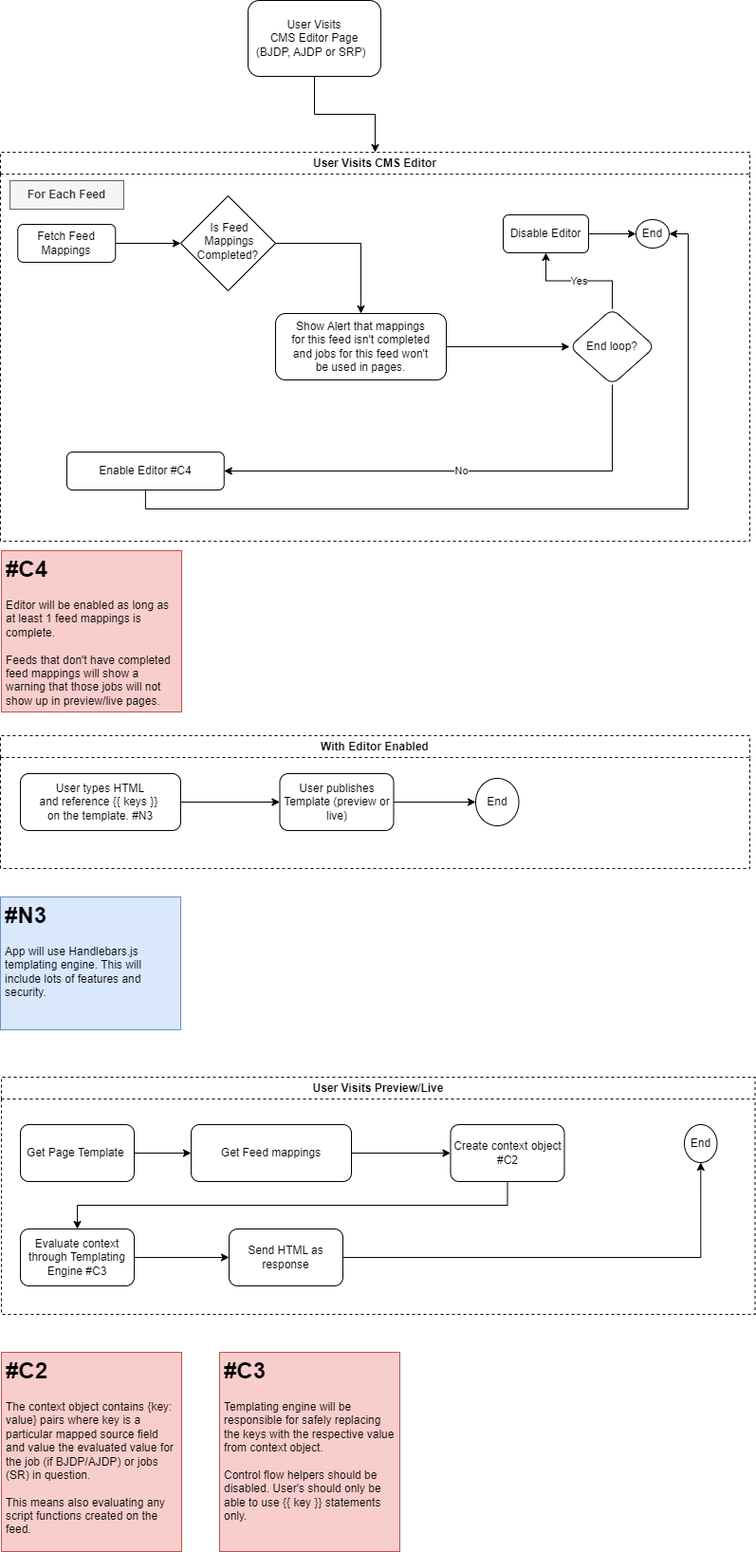
Before: Edit Template Process.png, a diagram exported from draw.io (j-000/drawio). Source tidied: cells renumbered, new cells last; positions are measured from the earlier drawing's top-left corner, leaving out a move shared by most shapes.
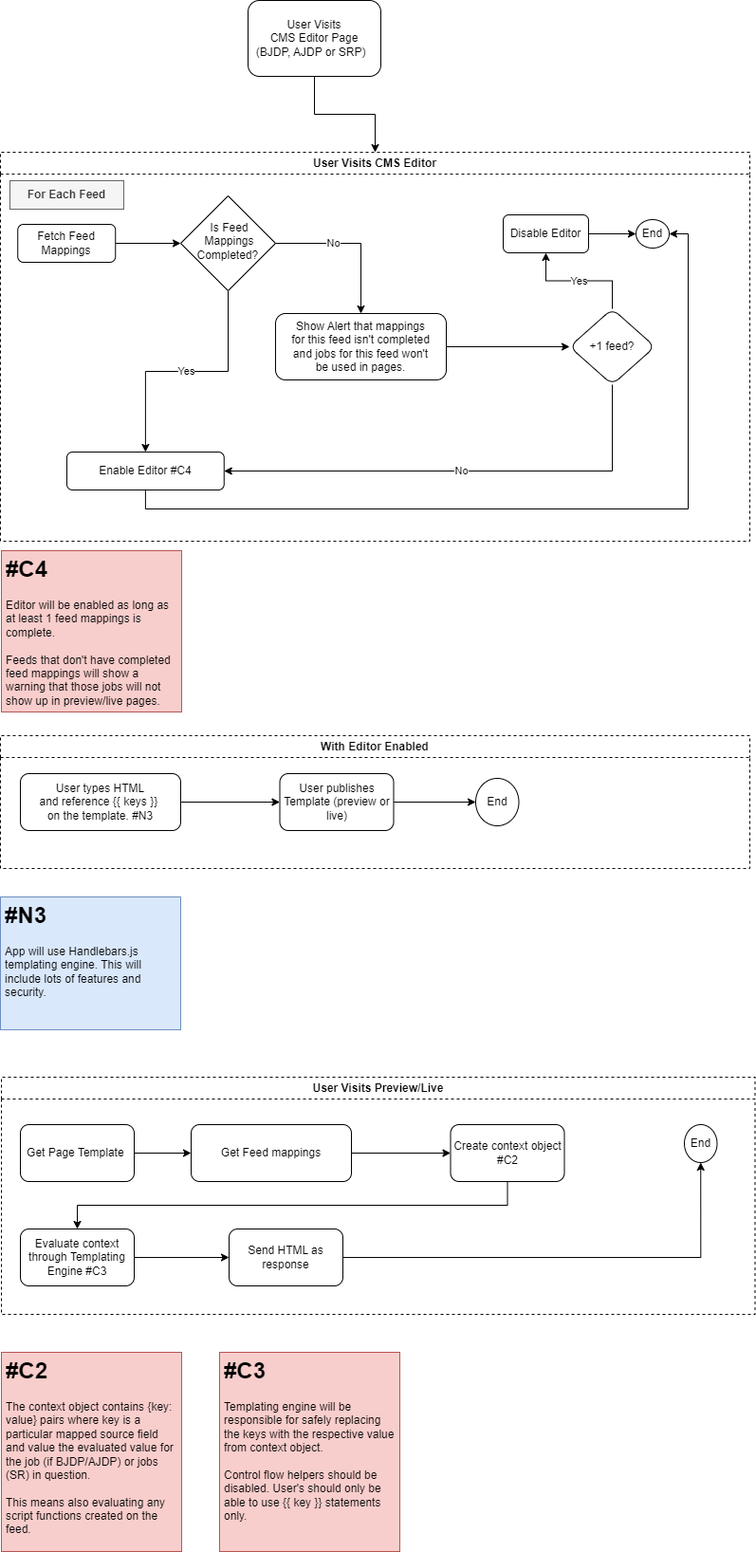
Above is the later version.

Change to the diagram source:
```diff
@@ -11,9 +11,12 @@
     <mxCell id="4" value="User Visits CMS Editor" style="swimlane;whiteSpace=wrap;html=1;align=center;dashed=1;" parent="1" vertex="1">
       <mxGeometry y="160" width="790" height="410" as="geometry" />
     </mxCell>
-    <mxCell id="5" style="edgeStyle=orthogonalEdgeStyle;rounded=0;jettySize=auto;html=1;exitX=1;exitY=0.5;exitDx=0;exitDy=0;entryX=0.5;entryY=0;entryDx=0;entryDy=0;" parent="4" edge="1" source="6" target="12">
-      <mxGeometry relative="1" as="geometry" />
+    <mxCell id="5" value="No" style="edgeStyle=orthogonalEdgeStyle;rounded=0;jettySize=auto;html=1;exitX=1;exitY=0.5;exitDx=0;exitDy=0;entryX=0.5;entryY=0;entryDx=0;entryDy=0;" parent="4" edge="1" source="6" target="12">
+      <mxGeometry x="-0.26" relative="1" as="geometry" />
     </mxCell>
+    <mxCell id="42" value="Yes" style="edgeStyle=orthogonalEdgeStyle;rounded=0;jettySize=auto;html=1;exitX=0.5;exitY=1;exitDx=0;exitDy=0;entryX=0.5;entryY=0;entryDx=0;entryDy=0;" parent="4" edge="1" source="6" target="15">
+      <mxGeometry relative="1" as="geometry" />
+    </mxCell>
     <mxCell id="6" value="Is Feed Mappings Completed?&amp;nbsp;" style="rhombus;whiteSpace=wrap;html=1;shadow=0;fontFamily=Helvetica;fontSize=12;align=center;strokeWidth=1;spacing=22;spacingTop=-4;spacingLeft=3;" parent="4" vertex="1">
       <mxGeometry x="190" y="46" width="100" height="100" as="geometry" />
     </mxCell>
@@ -53,7 +56,7 @@
     <mxCell id="18" value="No" style="edgeStyle=orthogonalEdgeStyle;rounded=0;jettySize=auto;html=1;exitX=0.5;exitY=1;exitDx=0;exitDy=0;entryX=1;entryY=0.5;entryDx=0;entryDy=0;" parent="4" edge="1" source="19" target="15">
       <mxGeometry relative="1" as="geometry" />
     </mxCell>
-    <mxCell id="19" value="End loop?" style="rhombus;whiteSpace=wrap;html=1;rounded=1;glass=0;strokeWidth=1;shadow=0;spacing=16;labelBackgroundColor=none;" parent="4" vertex="1">
+    <mxCell id="19" value="+1 feed?" style="rhombus;whiteSpace=wrap;html=1;rounded=1;glass=0;strokeWidth=1;shadow=0;spacing=16;labelBackgroundColor=none;" parent="4" vertex="1">
       <mxGeometry x="600" y="165" width="90" height="80" as="geometry" />
     </mxCell>
     <mxCell id="20" value="With Editor Enabled" style="swimlane;whiteSpace=wrap;html=1;dashed=1;" parent="1" vertex="1">
```
